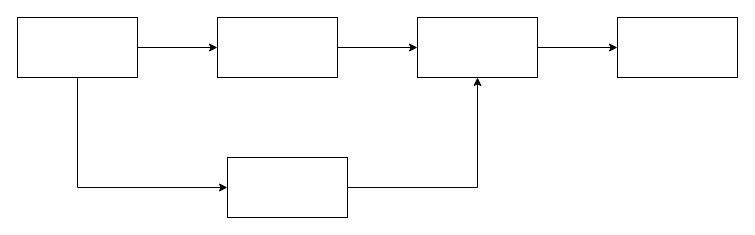
esternmagcian/esternmagcian keeps this draw.io diagram as 未命名绘图.drawio. Above is the earlier version. Source tidied: cells renumbered, new cells numbered last; positions are measured from the earlier drawing's top-left corner, leaving out a move shared by most shapes. Both pictures are drawn from the tidied source at 100%, with x=0, y=0 at pixel (17, 17).
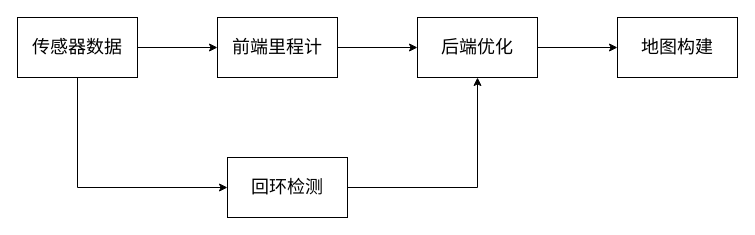
Above is the later version.

The edit, as a diff of the source:
```diff
@@
 <mxGraphModel>
   <root>
     <mxCell id="0" />
     <mxCell id="1" parent="0" />
     <mxCell id="2" style="edgeStyle=orthogonalEdgeStyle;rounded=0;jettySize=auto;html=1;" parent="1" edge="1" source="4" target="6">
       <mxGeometry relative="1" as="geometry" />
     </mxCell>
     <mxCell id="3" style="edgeStyle=orthogonalEdgeStyle;rounded=0;jettySize=auto;html=1;" parent="1" edge="1" source="4" target="11">
       <mxGeometry relative="1" as="geometry">
         <Array as="points">
           <mxPoint x="60" y="170" />
         </Array>
       </mxGeometry>
     </mxCell>
-    <mxCell id="4" style="rounded=0;whiteSpace=wrap;html=1;" parent="1" vertex="1">
+    <mxCell id="4" value="&lt;font style=&quot;font-size: 18px;&quot;&gt;传感器数据&lt;/font&gt;" style="rounded=0;whiteSpace=wrap;html=1;" parent="1" vertex="1">
       <mxGeometry width="120" height="60" as="geometry" />
     </mxCell>
     <mxCell id="5" style="edgeStyle=orthogonalEdgeStyle;rounded=0;jettySize=auto;html=1;" parent="1" edge="1" source="6" target="8">
       <mxGeometry relative="1" as="geometry" />
     </mxCell>
-    <mxCell id="6" style="rounded=0;whiteSpace=wrap;html=1;" parent="1" vertex="1">
+    <mxCell id="6" value="&lt;font style=&quot;font-size: 18px;&quot;&gt;前端里程计&lt;/font&gt;" style="rounded=0;whiteSpace=wrap;html=1;" parent="1" vertex="1">
       <mxGeometry x="200" width="120" height="60" as="geometry" />
     </mxCell>
     <mxCell id="7" style="edgeStyle=orthogonalEdgeStyle;rounded=0;jettySize=auto;html=1;" parent="1" edge="1" source="8" target="9">
       <mxGeometry relative="1" as="geometry" />
     </mxCell>
-    <mxCell id="8" style="rounded=0;whiteSpace=wrap;html=1;" parent="1" vertex="1">
+    <mxCell id="8" value="&lt;font style=&quot;font-size: 18px;&quot;&gt;后端优化&lt;/font&gt;" style="rounded=0;whiteSpace=wrap;html=1;" parent="1" vertex="1">
       <mxGeometry x="400" width="120" height="60" as="geometry" />
     </mxCell>
-    <mxCell id="9" style="rounded=0;whiteSpace=wrap;html=1;" parent="1" vertex="1">
+    <mxCell id="9" value="&lt;font style=&quot;font-size: 18px;&quot;&gt;地图构建&lt;/font&gt;" style="rounded=0;whiteSpace=wrap;html=1;" parent="1" vertex="1">
       <mxGeometry x="600" width="120" height="60" as="geometry" />
     </mxCell>
     <mxCell id="10" style="edgeStyle=orthogonalEdgeStyle;rounded=0;jettySize=auto;html=1;entryX=0.5;entryY=1;entryDx=0;entryDy=0;" parent="1" edge="1" source="11" target="8">
       <mxGeometry relative="1" as="geometry" />
     </mxCell>
-    <mxCell id="11" style="rounded=0;whiteSpace=wrap;html=1;" parent="1" vertex="1">
+    <mxCell id="11" value="&lt;font style=&quot;font-size: 18px;&quot;&gt;回环检测&lt;/font&gt;" style="rounded=0;whiteSpace=wrap;html=1;" parent="1" vertex="1">
       <mxGeometry x="210" y="140" width="120" height="60" as="geometry" />
     </mxCell>
   </root>
 </mxGraphModel>
```
